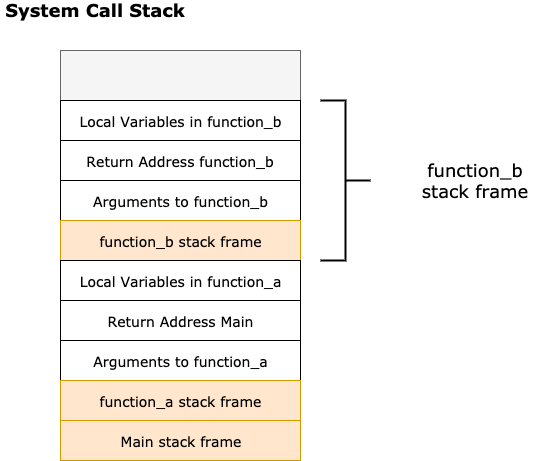
This is 02-linked-lists/images/call-stack.png from gSchool/ada-CS-Fundamentals-Internship, a draw.io export, as it was before one commit. Source tidied: cells renumbered, new cells last; positions are measured from the earlier drawing's top-left corner, leaving out a move shared by most shapes. Its diagram source:
```xml
<mxGraphModel>
  <root>
    <mxCell id="0" />
    <mxCell id="1" parent="0" />
    <mxCell id="2" value="System Call Stack" style="text;html=1;strokeColor=none;fillColor=none;align=center;verticalAlign=middle;whiteSpace=wrap;rounded=0;fontSize=18;fontFamily=Verdana;fontStyle=1;" parent="1" vertex="1">
      <mxGeometry width="190" height="20" as="geometry" />
    </mxCell>
    <mxCell id="3" style="rounded=0;whiteSpace=wrap;html=1;fontFamily=Verdana;fontSize=18;fillColor=#f5f5f5;strokeColor=#666666;fontColor=#333333;" parent="1" vertex="1">
      <mxGeometry x="60" y="50" width="240" height="410" as="geometry" />
    </mxCell>
    <mxCell id="4" value="&lt;font style=&quot;font-size: 14px&quot;&gt;Local Variables in function_b&lt;/font&gt;" style="rounded=0;whiteSpace=wrap;html=1;fontFamily=Verdana;fontSize=18;" parent="1" vertex="1">
      <mxGeometry x="60" y="100" width="240" height="40" as="geometry" />
    </mxCell>
    <mxCell id="5" value="&lt;font style=&quot;font-size: 14px&quot;&gt;Return Address function_b&lt;/font&gt;&lt;span style=&quot;font-family: &amp;#34;helvetica&amp;#34; , &amp;#34;arial&amp;#34; , sans-serif ; font-size: 0px ; white-space: nowrap&quot;&gt;%3CmxGraphModel%3E%3Croot%3E%3CmxCell%20id%3D%220%22%2F%3E%3CmxCell%20id%3D%221%22%20parent%3D%220%22%2F%3E%3CmxCell%20id%3D%222%22%20value%3D%22%26lt%3Bfont%20style%3D%26quot%3Bfont-size%3A%2014px%26quot%3B%26gt%3BLocal%20Variables%20in%20function_b%26lt%3B%2Ffont%26gt%3B%22%20style%3D%22rounded%3D0%3BwhiteSpace%3Dwrap%3Bhtml%3D1%3BfontFamily%3DVerdana%3BfontSize%3D18%3B%22%20vertex%3D%221%22%20parent%3D%221%22%3E%3CmxGeometry%20x%3D%22270%22%20y%3D%22160%22%20width%3D%22240%22%20height%3D%2240%22%20as%3D%22geometry%22%2F%3E%3C%2FmxCell%3E%3C%2Froot%3E%3C%2FmxGraphModel%3E&lt;/span&gt;" style="rounded=0;whiteSpace=wrap;html=1;fontFamily=Verdana;fontSize=18;" parent="1" vertex="1">
      <mxGeometry x="60" y="140" width="240" height="40" as="geometry" />
    </mxCell>
    <mxCell id="6" value="&lt;font style=&quot;font-size: 14px&quot;&gt;Arguments to function_b&lt;/font&gt;" style="rounded=0;whiteSpace=wrap;html=1;fontFamily=Verdana;fontSize=18;" parent="1" vertex="1">
      <mxGeometry x="60" y="180" width="240" height="40" as="geometry" />
    </mxCell>
    <mxCell id="7" value="&lt;font style=&quot;font-size: 14px&quot;&gt;function_b stack frame&lt;/font&gt;" style="rounded=0;whiteSpace=wrap;html=1;fontFamily=Verdana;fontSize=18;fillColor=#ffe6cc;strokeColor=#d79b00;" parent="1" vertex="1">
      <mxGeometry x="60" y="220" width="240" height="40" as="geometry" />
    </mxCell>
    <mxCell id="8" value="&lt;font style=&quot;font-size: 14px&quot;&gt;Local Variables in function_a&lt;/font&gt;" style="rounded=0;whiteSpace=wrap;html=1;fontFamily=Verdana;fontSize=18;" parent="1" vertex="1">
      <mxGeometry x="60" y="260" width="240" height="40" as="geometry" />
    </mxCell>
    <mxCell id="9" value="&lt;font style=&quot;font-size: 14px&quot;&gt;Return Address Main&lt;/font&gt;&lt;span style=&quot;font-family: &amp;#34;helvetica&amp;#34; , &amp;#34;arial&amp;#34; , sans-serif ; font-size: 0px ; white-space: nowrap&quot;&gt;%3CmxGraphModel%3E%3Croot%3E%3CmxCell%20id%3D%220%22%2F%3E%3CmxCell%20id%3D%221%22%20parent%3D%220%22%2F%3E%3CmxCell%20id%3D%222%22%20value%3D%22%26lt%3Bfont%20style%3D%26quot%3Bfont-size%3A%2014px%26quot%3B%26gt%3BLocal%20Variables%20in%20function_b%26lt%3B%2Ffont%26gt%3B%22%20style%3D%22rounded%3D0%3BwhiteSpace%3Dwrap%3Bhtml%3D1%3BfontFamily%3DVerdana%3BfontSize%3D18%3B%22%20vertex%3D%221%22%20parent%3D%221%22%3E%3CmxGeometry%20x%3D%22270%22%20y%3D%22160%22%20width%3D%22240%22%20height%3D%2240%22%20as%3D%22geometry%22%2F%3E%3C%2FmxCell%3E%3C%2Froot%3E%3C%2FmxGraphModel%3a&lt;/span&gt;" style="rounded=0;whiteSpace=wrap;html=1;fontFamily=Verdana;fontSize=18;" parent="1" vertex="1">
      <mxGeometry x="60" y="300" width="240" height="40" as="geometry" />
    </mxCell>
    <mxCell id="10" value="&lt;font style=&quot;font-size: 14px&quot;&gt;Arguments to function_a&lt;/font&gt;" style="rounded=0;whiteSpace=wrap;html=1;fontFamily=Verdana;fontSize=18;" parent="1" vertex="1">
      <mxGeometry x="60" y="340" width="240" height="40" as="geometry" />
    </mxCell>
    <mxCell id="11" value="&lt;font style=&quot;font-size: 14px&quot;&gt;function_a stack frame&lt;/font&gt;" style="rounded=0;whiteSpace=wrap;html=1;fontFamily=Verdana;fontSize=18;fillColor=#ffe6cc;strokeColor=#d79b00;" parent="1" vertex="1">
      <mxGeometry x="60" y="380" width="240" height="40" as="geometry" />
    </mxCell>
    <mxCell id="12" value="&lt;font style=&quot;font-size: 14px&quot;&gt;Main stack frame&lt;/font&gt;" style="rounded=0;whiteSpace=wrap;html=1;fontFamily=Verdana;fontSize=18;fillColor=#ffe6cc;strokeColor=#d79b00;" parent="1" vertex="1">
      <mxGeometry x="60" y="420" width="240" height="40" as="geometry" />
    </mxCell>
    <mxCell id="13" style="strokeWidth=2;html=1;shape=mxgraph.flowchart.annotation_2;align=left;fontFamily=Verdana;fontSize=18;rotation=-180;" parent="1" vertex="1">
      <mxGeometry x="320" y="100" width="50" height="160" as="geometry" />
    </mxCell>
    <mxCell id="14" value="function_b stack frame" style="text;html=1;strokeColor=none;fillColor=none;align=center;verticalAlign=middle;whiteSpace=wrap;rounded=0;fontFamily=Verdana;fontSize=18;" parent="1" vertex="1">
      <mxGeometry x="400" y="170" width="150" height="20" as="geometry" />
    </mxCell>
  </root>
</mxGraphModel>
```
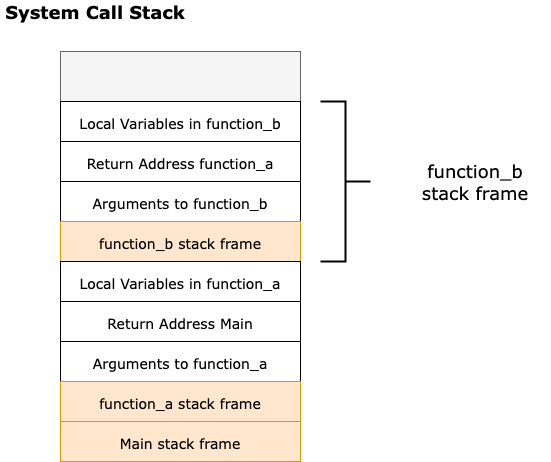
The same file after the commit.

Commit message:
Update call stack image

Change to the diagram source:
```diff
@@ -11,9 +11,9 @@
     <mxCell id="4" value="&lt;font style=&quot;font-size: 14px&quot;&gt;Local Variables in function_b&lt;/font&gt;" style="rounded=0;whiteSpace=wrap;html=1;fontFamily=Verdana;fontSize=18;" parent="1" vertex="1">
       <mxGeometry x="60" y="100" width="240" height="40" as="geometry" />
     </mxCell>
-    <mxCell id="5" value="&lt;font style=&quot;font-size: 14px&quot;&gt;Return Address function_b&lt;/font&gt;&lt;span style=&quot;font-family: &amp;#34;helvetica&amp;#34; , &amp;#34;arial&amp;#34; , sans-serif ; font-size: 0px ; white-space: nowrap&quot;&gt;%3CmxGraphModel%3E%3Croot%3E%3CmxCell%20id%3D%220%22%2F%3E%3CmxCell%20id%3D%221%22%20parent%3D%220%22%2F%3E%3CmxCell%20id%3D%222%22%20value%3D%22%26lt%3Bfont%20style%3D%26quot%3Bfont-size%3A%2014px%26quot%3B%26gt%3BLocal%20Variables%20in%20function_b%26lt%3B%2Ffont%26gt%3B%22%20style%3D%22rounded%3D0%3BwhiteSpace%3Dwrap%3Bhtml%3D1%3BfontFamily%3DVerdana%3BfontSize%3D18%3B%22%20vertex%3D%221%22%20parent%3D%221%22%3E%3CmxGeometry%20x%3D%22270%22%20y%3D%22160%22%20width%3D%22240%22%20height%3D%2240%22%20as%3D%22geometry%22%2F%3E%3C%2FmxCell%3E%3C%2Froot%3E%3C%2FmxGraphModel%3E&lt;/span&gt;" style="rounded=0;whiteSpace=wrap;html=1;fontFamily=Verdana;fontSize=18;" parent="1" vertex="1">
-      <mxGeometry x="60" y="140" width="240" height="40" as="geometry" />
-    </mxCell>
+    <mxCell id="15" value="&lt;font style=&quot;font-size: 14px&quot;&gt;Return Address function_a&lt;/font&gt;&lt;span style=&quot;font-family: &amp;quot;helvetica&amp;quot; , &amp;quot;arial&amp;quot; , sans-serif ; font-size: 0px ; white-space: nowrap&quot;&gt;%3CmxGraphModel%3E%3Croot%3E%3CmxCell%20id%3D%220%22%2F%3E%3CmxCell%20id%3D%221%22%20parent%3D%220%22%2F%3E%3CmxCell%20id%3D%222%22%20value%3D%22%26lt%3Bfont%20style%3D%26quot%3Bfont-size%3A%2014px%26quot%3B%26gt%3BLocal%20Variables%20in%20function_b%26lt%3B%2Ffont%26gt%3B%22%20style%3D%22rounded%3D0%3BwhiteSpace%3Dwrap%3Bhtml%3D1%3BfontFamily%3DVerdana%3BfontSize%3D18%3B%22%20vertex%3D%221%22%20parent%3D%221%22%3E%3CmxGeometry%20x%3D%22270%22%20y%3D%22160%22%20width%3D%22240%22%20height%3D%2240%22%20as%3D%22geometry%22%2F%3E%3C%2FmxCell%3E%3C%2Froot%3E%3C%2FmxGraphModel%3E&lt;/span&gt;" style="rounded=0;whiteSpace=wrap;html=1;fontFamily=Verdana;fontSize=18;" parent="1" vertex="1">
+      <mxGeometry x="60" y="140" width="240" height="40" as="geometry" />
+    </mxCell>
     <mxCell id="6" value="&lt;font style=&quot;font-size: 14px&quot;&gt;Arguments to function_b&lt;/font&gt;" style="rounded=0;whiteSpace=wrap;html=1;fontFamily=Verdana;fontSize=18;" parent="1" vertex="1">
       <mxGeometry x="60" y="180" width="240" height="40" as="geometry" />
     </mxCell>
```
